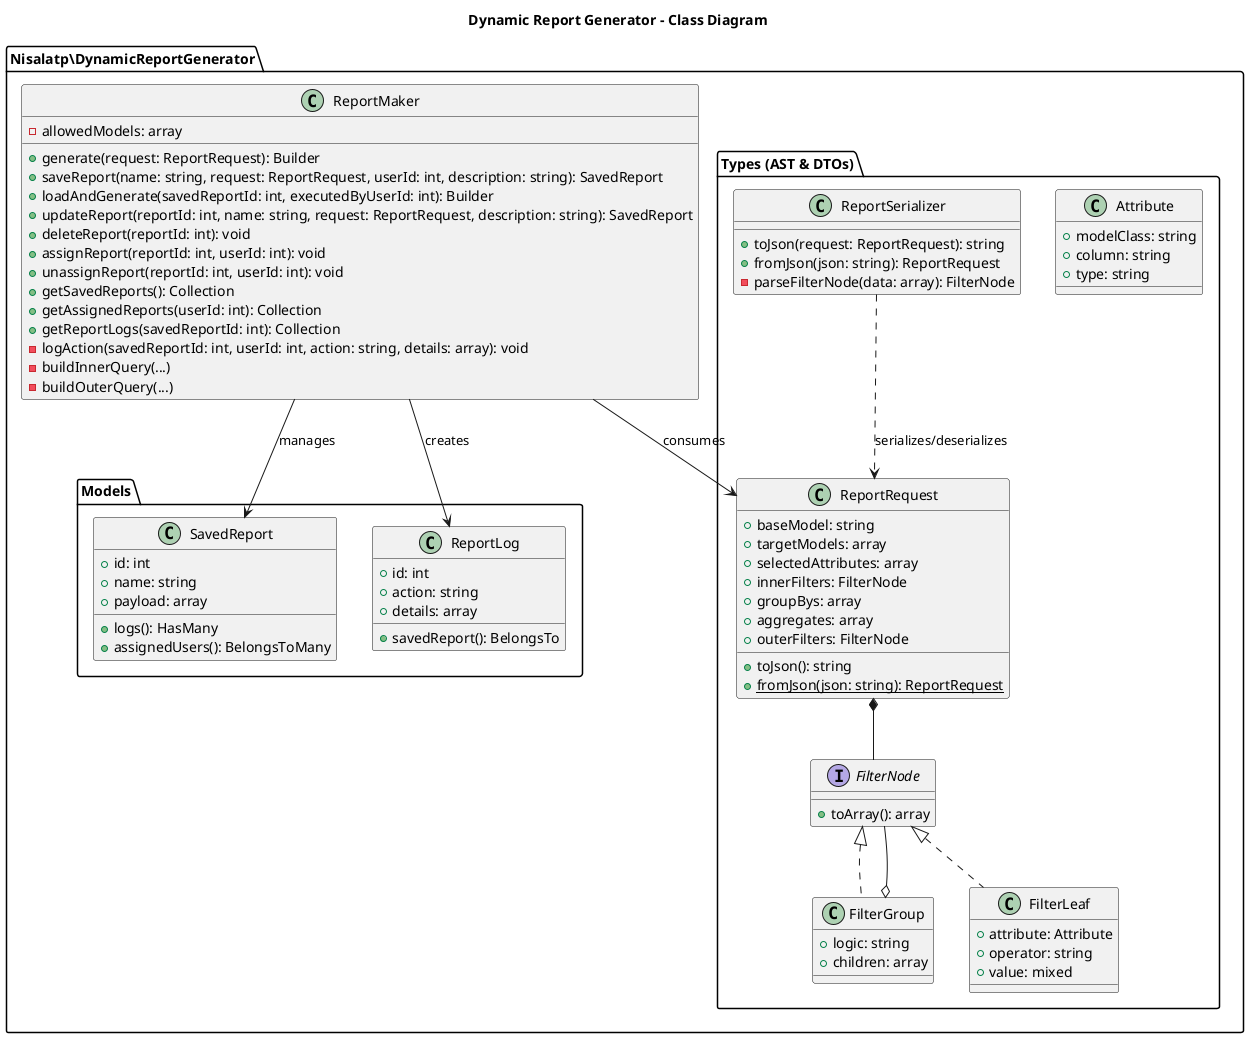
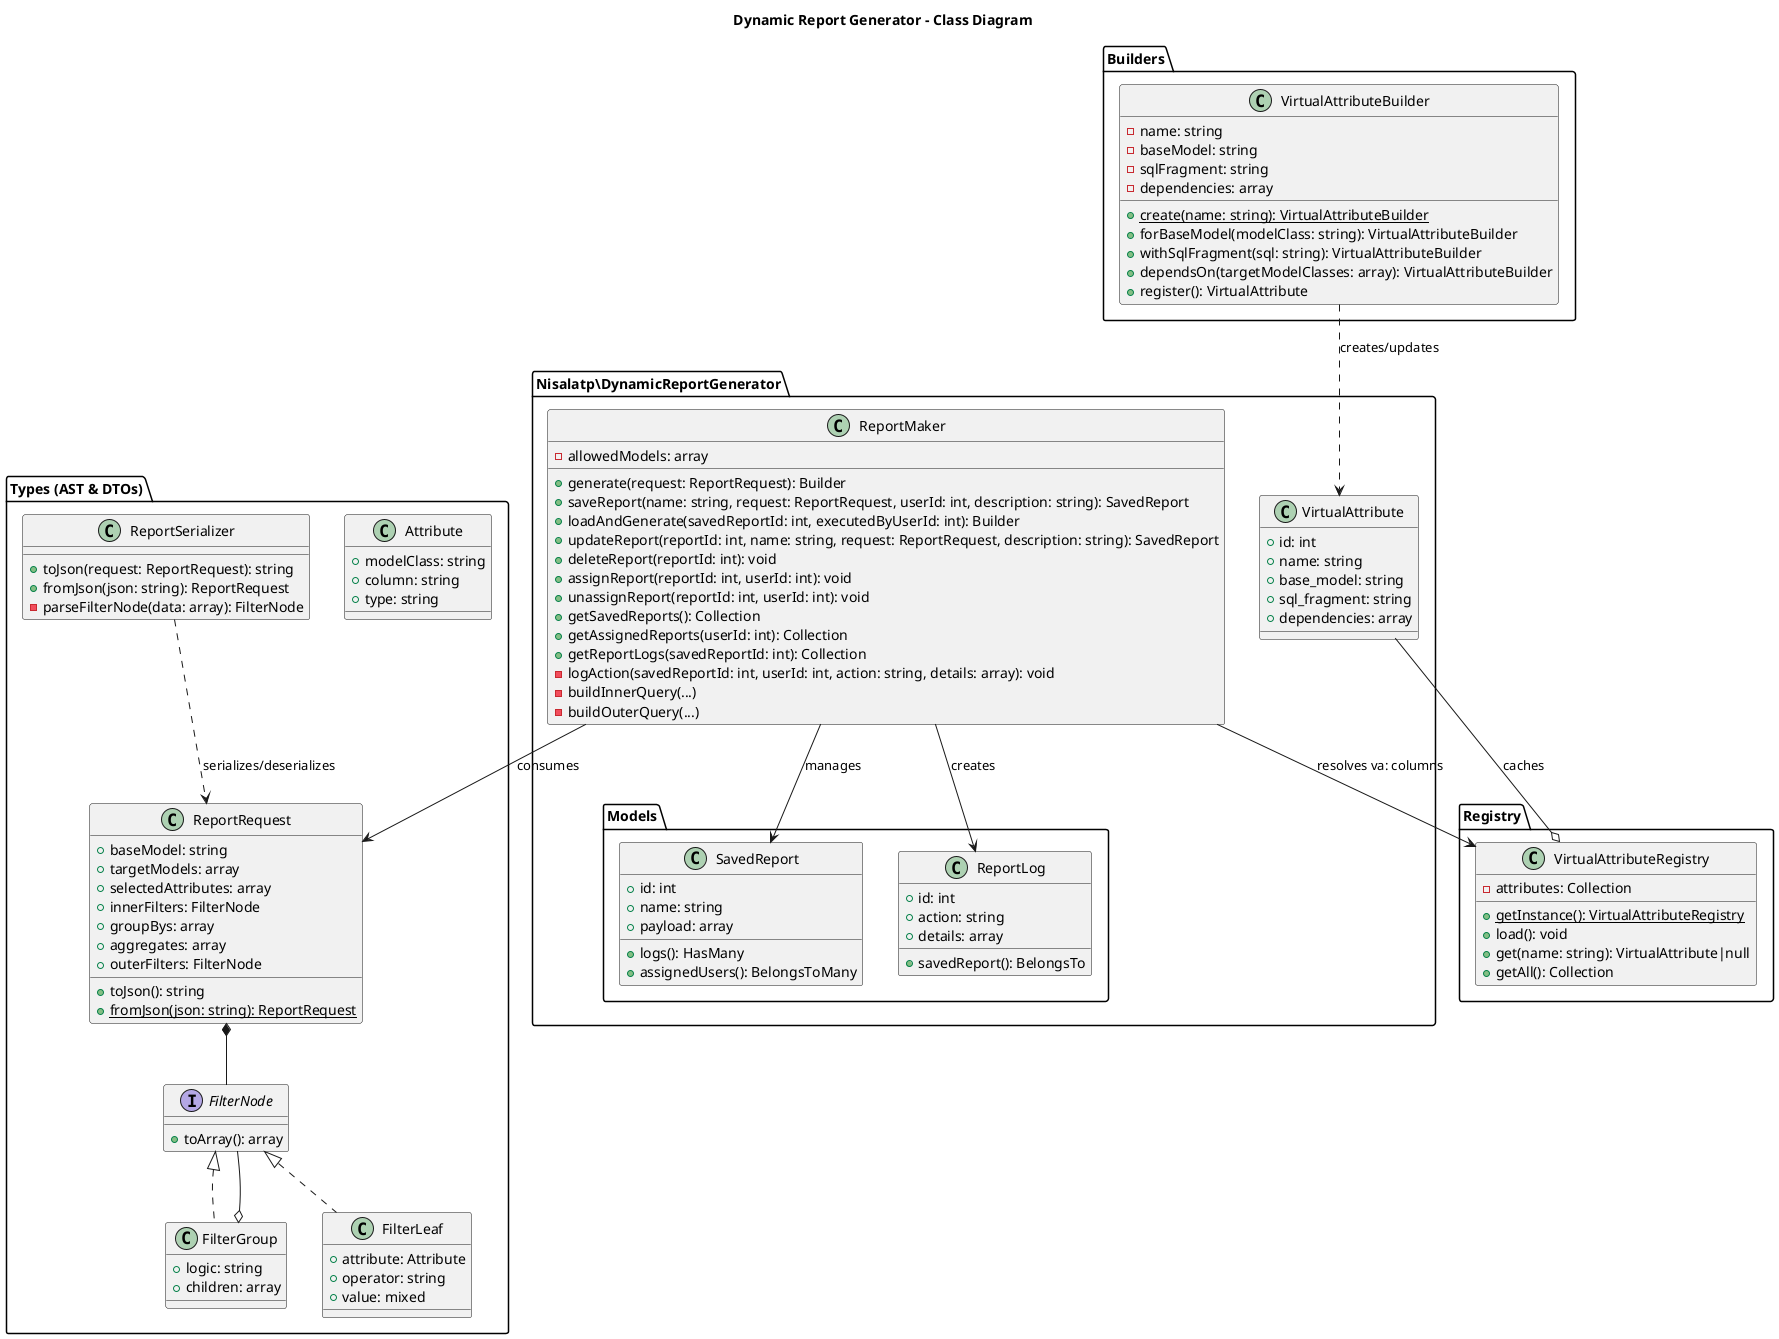
@startuml Class Diagram
title Dynamic Report Generator - Class Diagram

package "Nisalatp\\DynamicReportGenerator" {

    class ReportMaker {
        - allowedModels: array
        + generate(request: ReportRequest): Builder
        + saveReport(name: string, request: ReportRequest, userId: int, description: string): SavedReport
        + loadAndGenerate(savedReportId: int, executedByUserId: int): Builder
        + updateReport(reportId: int, name: string, request: ReportRequest, description: string): SavedReport
        + deleteReport(reportId: int): void
        + assignReport(reportId: int, userId: int): void
        + unassignReport(reportId: int, userId: int): void
        + getSavedReports(): Collection
        + getAssignedReports(userId: int): Collection
        + getReportLogs(savedReportId: int): Collection
        - logAction(savedReportId: int, userId: int, action: string, details: array): void
        - buildInnerQuery(...)
        - buildOuterQuery(...)
    }

    package "Models" {
        class SavedReport {
            + id: int
            + name: string
            + payload: array
            + logs(): HasMany
            + assignedUsers(): BelongsToMany
        }

        class ReportLog {
            + id: int
            + action: string
            + details: array
            + savedReport(): BelongsTo
+         }
+     }
+ 
+         class VirtualAttribute {
+             + id: int
+             + name: string
+             + base_model: string
+             + sql_fragment: string
+             + dependencies: array
+         }
+     }
+ 
+     package "Registry" {
+         class VirtualAttributeRegistry {
+             - attributes: Collection
+             + {static} getInstance(): VirtualAttributeRegistry
+             + load(): void
+             + get(name: string): VirtualAttribute|null
+             + getAll(): Collection
+         }
+     }
+ 
+     package "Builders" {
+         class VirtualAttributeBuilder {
+             - name: string
+             - baseModel: string
+             - sqlFragment: string
+             - dependencies: array
+             + {static} create(name: string): VirtualAttributeBuilder
+             + forBaseModel(modelClass: string): VirtualAttributeBuilder
+             + withSqlFragment(sql: string): VirtualAttributeBuilder
+             + dependsOn(targetModelClasses: array): VirtualAttributeBuilder
+             + register(): VirtualAttribute
        }
    }

    package "Types (AST & DTOs)" {
        class ReportRequest {
            + baseModel: string
            + targetModels: array
            + selectedAttributes: array
            + innerFilters: FilterNode
            + groupBys: array
            + aggregates: array
            + outerFilters: FilterNode
            + toJson(): string
            + {static} fromJson(json: string): ReportRequest
        }

        interface FilterNode {
            + toArray(): array
        }

        class FilterGroup implements FilterNode {
            + logic: string
            + children: array
        }

        class FilterLeaf implements FilterNode {
            + attribute: Attribute
            + operator: string
            + value: mixed
        }

        class Attribute {
            + modelClass: string
            + column: string
            + type: string
        }

        class ReportSerializer {
            + toJson(request: ReportRequest): string
            + fromJson(json: string): ReportRequest
            - parseFilterNode(data: array): FilterNode
        }
    }

    ReportMaker --> ReportRequest : "consumes"
    ReportMaker --> SavedReport : "manages"
    ReportMaker --> ReportLog : "creates"
+     ReportMaker --> VirtualAttributeRegistry : "resolves va: columns"
+     VirtualAttributeBuilder ..> VirtualAttribute : "creates/updates"
+     VirtualAttributeRegistry o-- VirtualAttribute : "caches"
    ReportRequest *-- FilterNode
    FilterGroup o-- FilterNode
    ReportSerializer ..> ReportRequest : "serializes/deserializes"
}

@enduml
